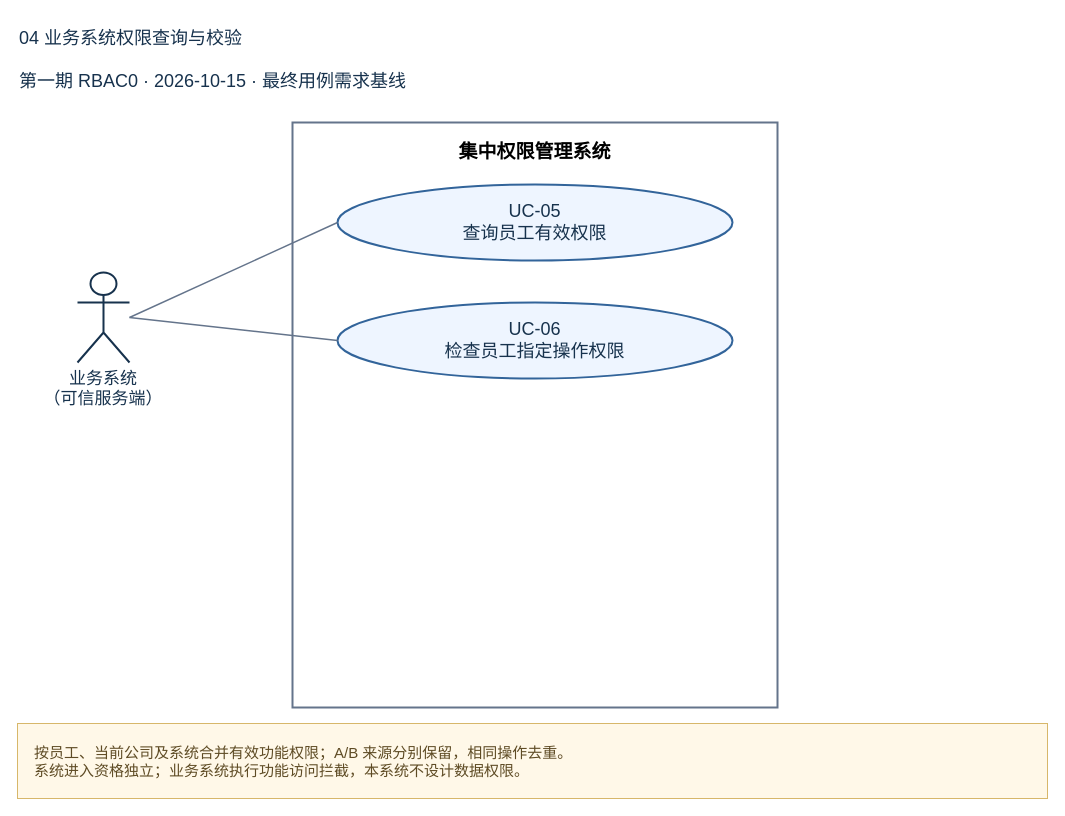
Earlier version of the draw.io diagram page "04 业务系统权限查询与校验" (2 of 2) of docs/01-requirements/按用例分类/UC-05_查询员工有效权限/相关用例图.drawio (Noah-hope/RBAC-admin). Source tidied: cells renumbered, new cells numbered last; positions are measured from the earlier drawing's top-left corner, leaving out a move shared by most shapes. Both pictures are drawn from the tidied source at 100%, with x=0, y=0 at pixel (17, 17).
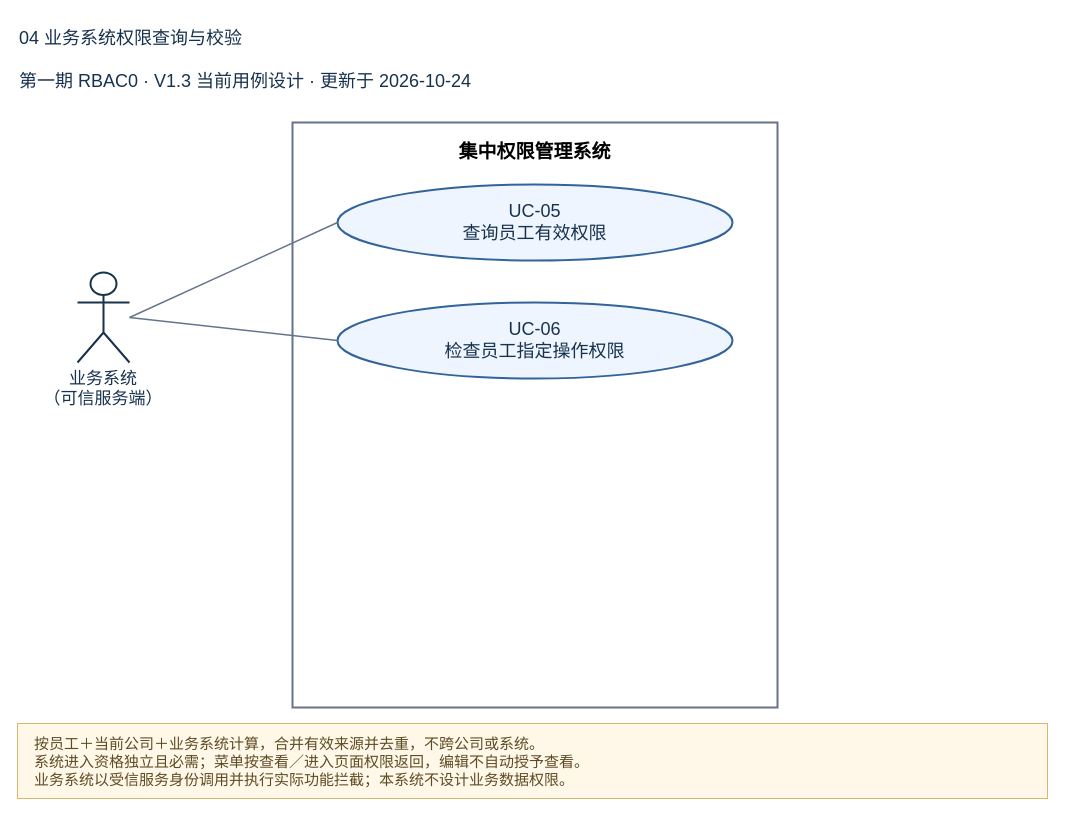
The same page after the edit.

Diff of the diagram source:
```diff
@@
 <mxGraphModel>
   <root>
     <mxCell id="0" />
     <mxCell id="1" parent="0" />
     <mxCell id="2" value="04 业务系统权限查询与校验" style="text;html=0;align=left;verticalAlign=middle;whiteSpace=wrap;strokeColor=none;fillColor=none;fontSize=18;fontColor=#17324d;" parent="1" vertex="1">
       <mxGeometry width="1030" height="42" as="geometry" />
     </mxCell>
-    <mxCell id="3" value="第一期 RBAC0 · 2026-10-15 · 最终用例需求基线" style="text;html=0;align=left;verticalAlign=middle;whiteSpace=wrap;strokeColor=none;fillColor=none;fontSize=18;fontColor=#17324d;" parent="1" vertex="1">
+    <mxCell id="3" value="第一期 RBAC0 · V1.3 当前用例设计 · 更新于 2026-10-24" style="text;html=0;align=left;verticalAlign=middle;whiteSpace=wrap;strokeColor=none;fillColor=none;fontSize=18;fontColor=#17324d;" parent="1" vertex="1">
       <mxGeometry y="47" width="1030" height="34" as="geometry" />
     </mxCell>
     <mxCell id="4" value="集中权限管理系统" style="rounded=0;html=0;whiteSpace=wrap;fillColor=#ffffff;strokeColor=#64748b;strokeWidth=2;verticalAlign=top;align=center;spacingTop=12;fontStyle=1;fontSize=19;" parent="1" vertex="1">
       <mxGeometry x="275" y="105" width="485" height="585" as="geometry" />
     </mxCell>
     <mxCell id="5" value="UC-05&#10;查询员工有效权限" style="ellipse;html=0;whiteSpace=wrap;fillColor=#eef5ff;strokeColor=#32649a;strokeWidth=2;fontSize=18;fontColor=#17324d;" parent="1" vertex="1">
       <mxGeometry x="320" y="167" width="395" height="76" as="geometry" />
     </mxCell>
     <mxCell id="6" value="UC-06&#10;检查员工指定操作权限" style="ellipse;html=0;whiteSpace=wrap;fillColor=#eef5ff;strokeColor=#32649a;strokeWidth=2;fontSize=18;fontColor=#17324d;" parent="1" vertex="1">
       <mxGeometry x="320" y="285" width="395" height="76" as="geometry" />
     </mxCell>
     <mxCell id="7" value="业务系统&#10;（可信服务端）" style="shape=umlActor;html=0;verticalLabelPosition=bottom;verticalAlign=top;align=center;fillColor=#ffffff;strokeColor=#17324d;strokeWidth=2;fontSize=17;fontColor=#17324d;whiteSpace=wrap;labelWidth=190;" parent="1" vertex="1">
       <mxGeometry x="60" y="255" width="52" height="90" as="geometry" />
     </mxCell>
-    <mxCell id="8" value="按员工、当前公司及系统合并有效功能权限；A/B 来源分别保留，相同操作去重。&#10;系统进入资格独立；业务系统执行功能访问拦截，本系统不设计数据权限。" style="rounded=0;html=0;whiteSpace=wrap;align=left;spacingLeft=15;fillColor=#fff8e8;strokeColor=#d7b76a;fontColor=#5e4b24;fontSize=15;" parent="1" vertex="1">
+    <mxCell id="8" value="按员工＋当前公司＋业务系统计算，合并有效来源并去重，不跨公司或系统。&#10;系统进入资格独立且必需；菜单按查看／进入页面权限返回，编辑不自动授予查看。&#10;业务系统以受信服务身份调用并执行实际功能拦截；本系统不设计业务数据权限。" style="rounded=0;html=0;whiteSpace=wrap;align=left;spacingLeft=15;fillColor=#fff8e8;strokeColor=#d7b76a;fontColor=#5e4b24;fontSize=15;" parent="1" vertex="1">
       <mxGeometry y="706" width="1030" height="75" as="geometry" />
     </mxCell>
     <mxCell id="9" style="html=0;endArrow=none;startArrow=none;strokeColor=#64748b;strokeWidth=1.4;edgeStyle=none;noEdgeStyle=1;curved=0;rounded=0;exitX=1;exitY=0.5;entryX=0;entryY=0.5;exitPerimeter=0;entryPerimeter=0;" parent="1" edge="1" source="7" target="5">
       <mxGeometry relative="1" as="geometry" />
     </mxCell>
     <mxCell id="10" style="html=0;endArrow=none;startArrow=none;strokeColor=#64748b;strokeWidth=1.4;edgeStyle=none;noEdgeStyle=1;curved=0;rounded=0;exitX=1;exitY=0.5;entryX=0;entryY=0.5;exitPerimeter=0;entryPerimeter=0;" parent="1" edge="1" source="7" target="6">
       <mxGeometry relative="1" as="geometry" />
     </mxCell>
   </root>
 </mxGraphModel>
```
